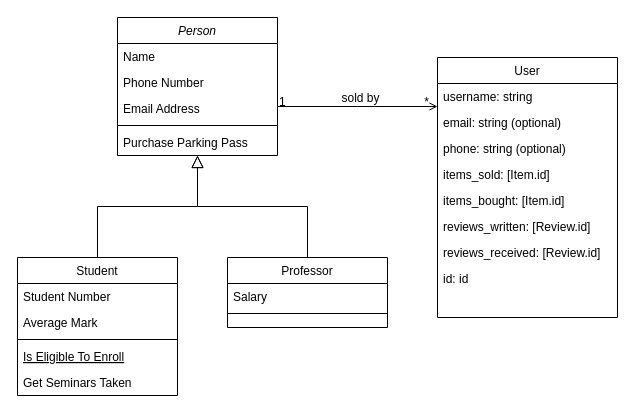
Earlier version of the draw.io diagram Untitled Diagram.drawio (davepatel2/StuffEx---full-stack). Source tidied: cells renumbered, new cells numbered last; positions are measured from the earlier drawing's top-left corner, leaving out a move shared by most shapes. Both pictures are drawn from the tidied source at 100%, with x=0, y=0 at pixel (17, 17).
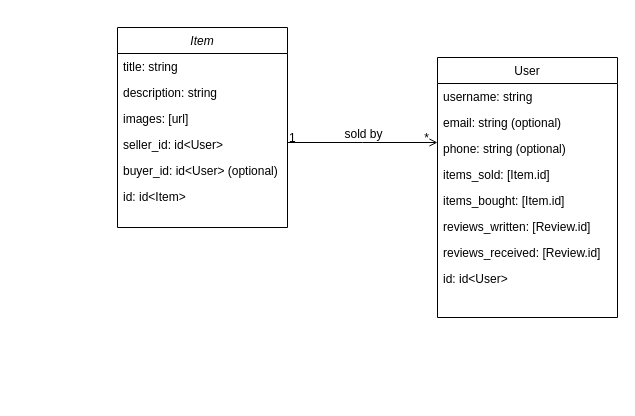
The same page after the edit.

Commit message:
Add Item to Class Diagram

Unchanged cells that the change refers to:
```xml
<mxCell id="19" value="User" style="swimlane;fontStyle=0;align=center;verticalAlign=top;horizontal=1;startSize=26;rounded=0;shadow=0;strokeWidth=1;" parent="1" vertex="1">
  <mxGeometry x="420" y="40" width="180" height="260" as="geometry" />
</mxCell>
```

Change to the diagram source:
```diff
@@
-    <mxCell id="2" value="Person" style="swimlane;fontStyle=2;align=center;verticalAlign=top;horizontal=1;startSize=26;rounded=0;shadow=0;strokeWidth=1;" parent="1" vertex="1">
-      <mxGeometry x="100" width="160" height="138" as="geometry" />
+    <mxCell id="2" value="Item" style="swimlane;fontStyle=2;align=center;verticalAlign=top;horizontal=1;startSize=26;rounded=0;shadow=0;strokeWidth=1;" parent="1" vertex="1">
+      <mxGeometry x="100" y="10" width="170" height="200" as="geometry" />
     </mxCell>
-    <mxCell id="3" value="Name" style="text;align=left;verticalAlign=top;spacingLeft=4;spacingRight=4;overflow=hidden;" parent="2" vertex="1">
-      <mxGeometry y="26" width="160" height="26" as="geometry" />
+    <mxCell id="3" value="title: string" style="text;align=left;verticalAlign=top;spacingLeft=4;spacingRight=4;overflow=hidden;" parent="2" vertex="1">
+      <mxGeometry y="26" width="170" height="26" as="geometry" />
     </mxCell>
-    <mxCell id="4" value="Phone Number" style="text;align=left;verticalAlign=top;spacingLeft=4;spacingRight=4;overflow=hidden;rounded=0;shadow=0;html=0;" parent="2" vertex="1">
-      <mxGeometry y="52" width="160" height="26" as="geometry" />
+    <mxCell id="4" value="description: string" style="text;align=left;verticalAlign=top;spacingLeft=4;spacingRight=4;overflow=hidden;rounded=0;shadow=0;html=0;" parent="2" vertex="1">
+      <mxGeometry y="52" width="170" height="26" as="geometry" />
     </mxCell>
-    <mxCell id="5" value="Email Address" style="text;align=left;verticalAlign=top;spacingLeft=4;spacingRight=4;overflow=hidden;rounded=0;shadow=0;html=0;" parent="2" vertex="1">
-      <mxGeometry y="78" width="160" height="26" as="geometry" />
+    <mxCell id="5" value="images: [url]" style="text;align=left;verticalAlign=top;spacingLeft=4;spacingRight=4;overflow=hidden;rounded=0;shadow=0;html=0;" parent="2" vertex="1">
+      <mxGeometry y="78" width="170" height="26" as="geometry" />
     </mxCell>
-    <mxCell id="6" style="line;html=1;strokeWidth=1;align=left;verticalAlign=middle;spacingTop=-1;spacingLeft=3;spacingRight=3;labelPosition=right;" parent="2" vertex="1">
-      <mxGeometry y="104" width="160" height="8" as="geometry" />
-    </mxCell>
-    <mxCell id="7" value="Purchase Parking Pass" style="text;align=left;verticalAlign=top;spacingLeft=4;spacingRight=4;overflow=hidden;" parent="2" vertex="1">
-      <mxGeometry y="112" width="160" height="26" as="geometry" />
-    </mxCell>
-    <mxCell id="8" value="Student" style="swimlane;fontStyle=0;align=center;verticalAlign=top;horizontal=1;startSize=26;rounded=0;shadow=0;strokeWidth=1;" parent="1" vertex="1">
-      <mxGeometry y="240" width="160" height="138" as="geometry" />
-    </mxCell>
-    <mxCell id="9" value="Student Number" style="text;align=left;verticalAlign=top;spacingLeft=4;spacingRight=4;overflow=hidden;" parent="8" vertex="1">
-      <mxGeometry y="26" width="160" height="26" as="geometry" />
-    </mxCell>
-    <mxCell id="10" value="Average Mark" style="text;align=left;verticalAlign=top;spacingLeft=4;spacingRight=4;overflow=hidden;rounded=0;shadow=0;html=0;" parent="8" vertex="1">
-      <mxGeometry y="52" width="160" height="26" as="geometry" />
-    </mxCell>
-    <mxCell id="11" style="line;html=1;strokeWidth=1;align=left;verticalAlign=middle;spacingTop=-1;spacingLeft=3;spacingRight=3;labelPosition=right;" parent="8" vertex="1">
-      <mxGeometry y="78" width="160" height="8" as="geometry" />
-    </mxCell>
-    <mxCell id="12" value="Is Eligible To Enroll" style="text;align=left;verticalAlign=top;spacingLeft=4;spacingRight=4;overflow=hidden;fontStyle=4;" parent="8" vertex="1">
-      <mxGeometry y="86" width="160" height="26" as="geometry" />
-    </mxCell>
-    <mxCell id="13" value="Get Seminars Taken" style="text;align=left;verticalAlign=top;spacingLeft=4;spacingRight=4;overflow=hidden;" parent="8" vertex="1">
-      <mxGeometry y="112" width="160" height="26" as="geometry" />
-    </mxCell>
-    <mxCell id="14" style="endArrow=block;endSize=10;endFill=0;shadow=0;strokeWidth=1;rounded=0;edgeStyle=elbowEdgeStyle;elbow=vertical;" parent="1" edge="1" source="8" target="2">
-      <mxGeometry relative="1" as="geometry" />
-    </mxCell>
-    <mxCell id="15" value="Professor" style="swimlane;fontStyle=0;align=center;verticalAlign=top;horizontal=1;startSize=26;rounded=0;shadow=0;strokeWidth=1;" parent="1" vertex="1">
-      <mxGeometry x="210" y="240" width="160" height="70" as="geometry" />
-    </mxCell>
-    <mxCell id="16" value="Salary" style="text;align=left;verticalAlign=top;spacingLeft=4;spacingRight=4;overflow=hidden;" parent="15" vertex="1">
-      <mxGeometry y="26" width="160" height="26" as="geometry" />
-    </mxCell>
-    <mxCell id="17" style="line;html=1;strokeWidth=1;align=left;verticalAlign=middle;spacingTop=-1;spacingLeft=3;spacingRight=3;labelPosition=right;" parent="15" vertex="1">
-      <mxGeometry y="52" width="160" height="8" as="geometry" />
-    </mxCell>
-    <mxCell id="18" style="endArrow=block;endSize=10;endFill=0;shadow=0;strokeWidth=1;rounded=0;edgeStyle=elbowEdgeStyle;elbow=vertical;" parent="1" edge="1" source="15" target="2">
-      <mxGeometry relative="1" as="geometry" />
-    </mxCell>
+    <mxCell id="32" value="seller_id: id&lt;User&gt;" style="text;align=left;verticalAlign=top;spacingLeft=4;spacingRight=4;overflow=hidden;rounded=0;shadow=0;html=0;" parent="2" vertex="1">
+      <mxGeometry y="104" width="170" height="26" as="geometry" />
+    </mxCell>
+    <mxCell id="33" value="buyer_id: id&lt;User&gt; (optional)" style="text;align=left;verticalAlign=top;spacingLeft=4;spacingRight=4;overflow=hidden;rounded=0;shadow=0;html=0;" parent="2" vertex="1">
+      <mxGeometry y="130" width="170" height="26" as="geometry" />
+    </mxCell>
+    <mxCell id="34" value="id: id&lt;Item&gt;" style="text;align=left;verticalAlign=top;spacingLeft=4;spacingRight=4;overflow=hidden;rounded=0;shadow=0;html=0;" parent="2" vertex="1">
+      <mxGeometry y="156" width="170" height="26" as="geometry" />
+    </mxCell>
@@
-    <mxCell id="27" value="id: id" style="text;align=left;verticalAlign=top;spacingLeft=4;spacingRight=4;overflow=hidden;rounded=0;shadow=0;html=0;" parent="19" vertex="1">
+    <mxCell id="27" value="id: id&lt;User&gt;" style="text;align=left;verticalAlign=top;spacingLeft=4;spacingRight=4;overflow=hidden;rounded=0;shadow=0;html=0;" parent="19" vertex="1">
       <mxGeometry y="208" width="180" height="26" as="geometry" />
     </mxCell>
```
